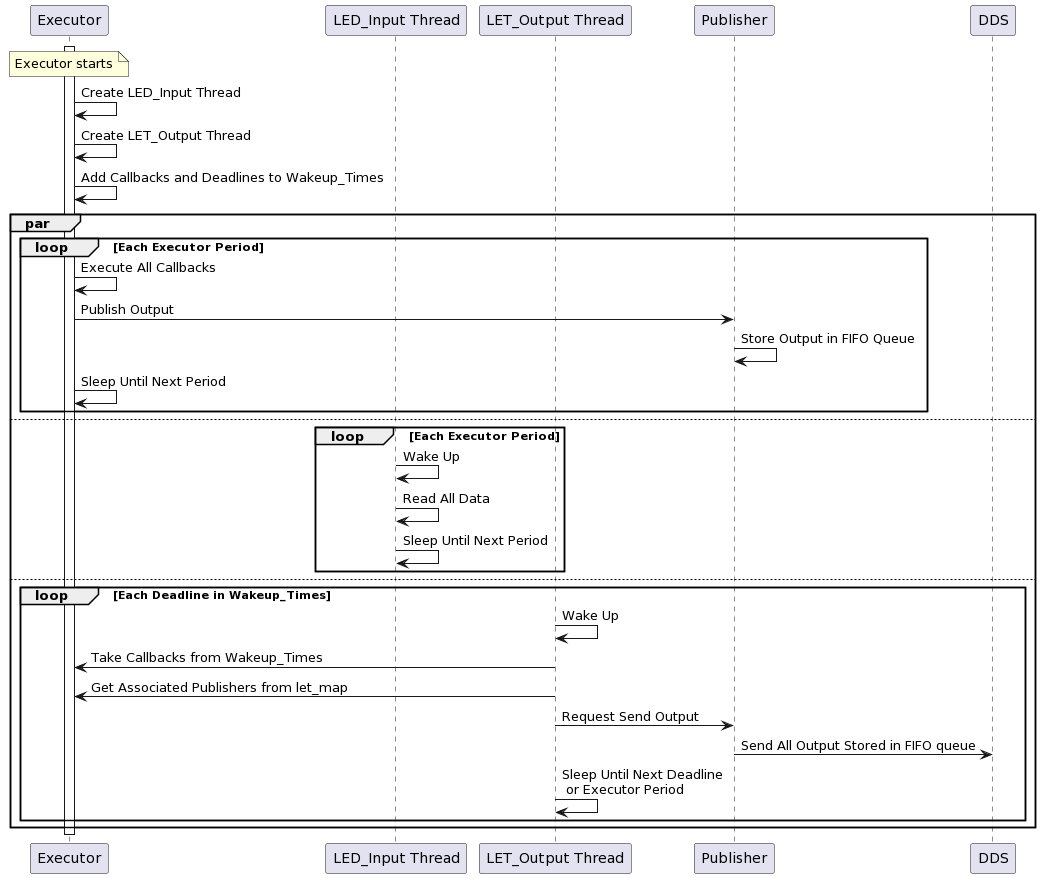
Before: Design Diagrams/rclc_let_internal_buffer_sequence_diagram.png, a diagram exported from PlantUML (vtran5/thesis). Source of this version:
```plantuml
@startuml
participant "Executor" as executor
participant "LED_Input Thread" as led_input
participant "LET_Output Thread" as let_output
participant "Publisher" as publisher
participant "DDS" as dds

activate executor
note over executor : Executor starts

executor -> executor : Create LED_Input Thread
executor -> executor : Create LET_Output Thread

executor -> executor : Add Callbacks and Deadlines to Wakeup_Times
par
loop Each Executor Period
  executor -> executor : Execute All Callbacks
  executor -> publisher : Publish Output
  publisher -> publisher : Store Output in FIFO Queue
  executor -> executor : Sleep Until Next Period
end

else
  loop Each Executor Period
    led_input -> led_input : Wake Up
    led_input -> led_input : Read All Data
    led_input -> led_input : Sleep Until Next Period
  end
else

loop Each Deadline in Wakeup_Times
  let_output -> let_output : Wake Up
  let_output -> executor : Take Callbacks from Wakeup_Times
  let_output -> executor : Get Associated Publishers from let_map
  let_output -> publisher : Request Send Output
  publisher -> dds : Send All Output Stored in FIFO queue
  let_output -> let_output : Sleep Until Next Deadline \n or Executor Period
end
end
deactivate executor
deactivate led_input
deactivate let_output
@enduml
```
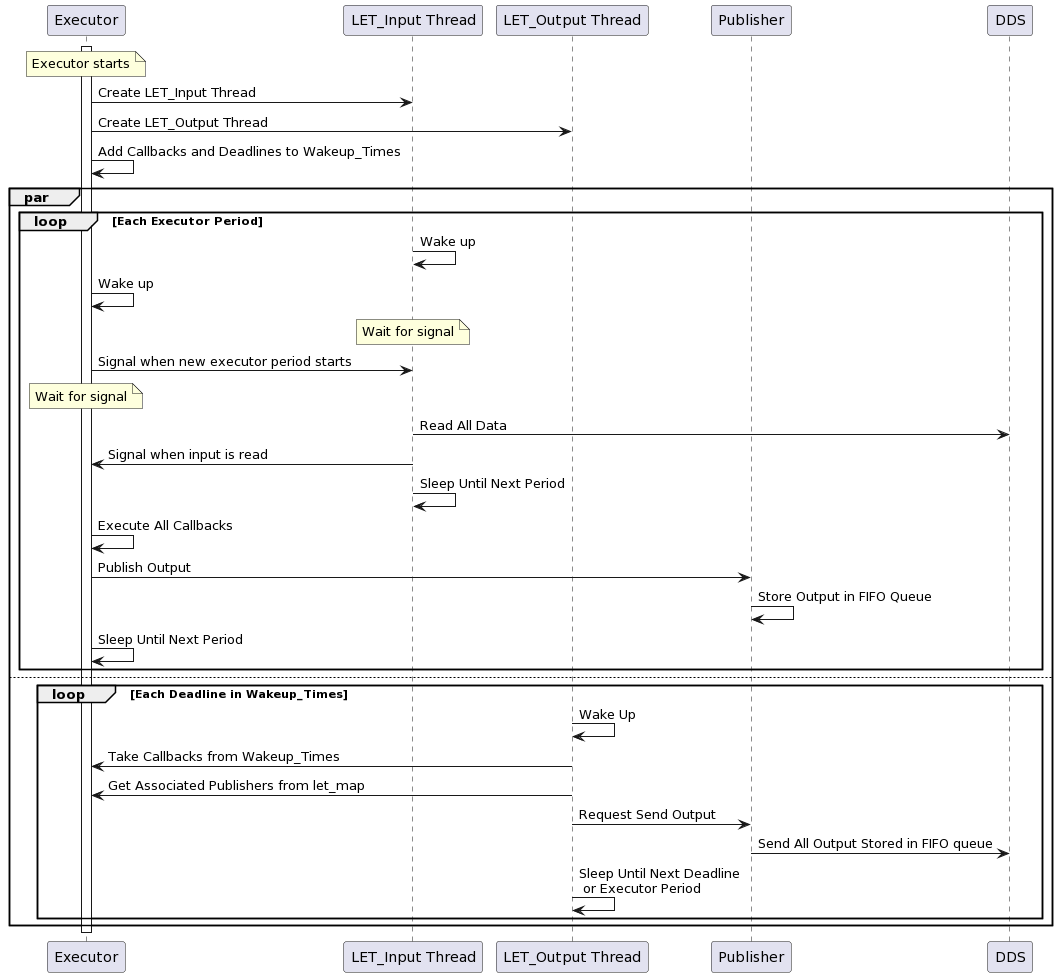
Above is the later version.

The edit, as a diff of the source:
```diff
@@ -1,6 +1,6 @@
 @startuml
 participant "Executor" as executor
-participant "LED_Input Thread" as led_input
+participant "LET_Input Thread" as let_input
 participant "LET_Output Thread" as let_output
 participant "Publisher" as publisher
 participant "DDS" as dds
@@ -8,24 +8,25 @@
 activate executor
 note over executor : Executor starts
 
-executor -> executor : Create LED_Input Thread
-executor -> executor : Create LET_Output Thread
+executor -> let_input : Create LET_Input Thread
+executor -> let_output : Create LET_Output Thread
 
 executor -> executor : Add Callbacks and Deadlines to Wakeup_Times
 par
 loop Each Executor Period
+  let_input -> let_input : Wake up
+  executor -> executor : Wake up
+  note over let_input: Wait for signal
+  executor -> let_input: Signal when new executor period starts
+  note over executor: Wait for signal
+  let_input -> dds: Read All Data
+  let_input -> executor: Signal when input is read
+  let_input -> let_input : Sleep Until Next Period
   executor -> executor : Execute All Callbacks
   executor -> publisher : Publish Output
   publisher -> publisher : Store Output in FIFO Queue
   executor -> executor : Sleep Until Next Period
 end
-
-else
-  loop Each Executor Period
-    led_input -> led_input : Wake Up
-    led_input -> led_input : Read All Data
-    led_input -> led_input : Sleep Until Next Period
-  end
 else
 
 loop Each Deadline in Wakeup_Times
@@ -38,6 +39,6 @@
 end
 end
 deactivate executor
-deactivate led_input
+deactivate let_input
 deactivate let_output
 @enduml
```
